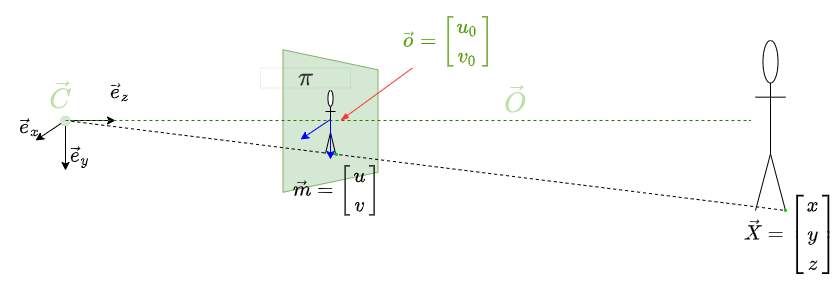
Myralllka/bachelor_thesis keeps this draw.io diagram as graphics/td_scene.png. Above is the earlier version. Source tidied: cells renumbered, new cells last; positions are measured from the earlier drawing's top-left corner, leaving out a move shared by most shapes.
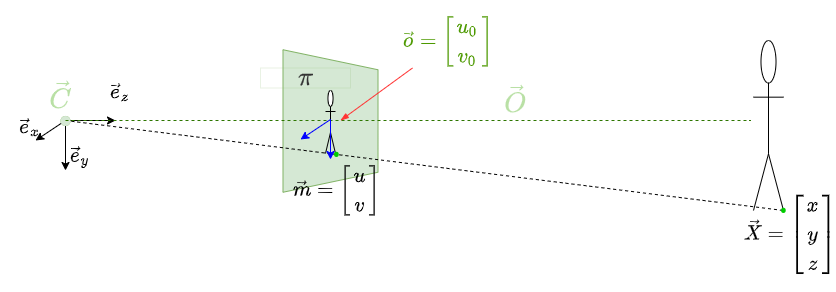
After the change.

Commit message:
fixed epipolar geometry figure issues

The edit, as a diff of the source:
```diff
@@ -14,7 +14,7 @@
       <mxGeometry x="325" y="75" width="10" height="63" as="geometry" />
     </mxCell>
     <mxCell id="5" style="shape=umlActor;verticalLabelPosition=bottom;verticalAlign=top;html=1;outlineConnect=0;" parent="1" vertex="1">
-      <mxGeometry x="755" y="25" width="30" height="170" as="geometry" />
+      <mxGeometry x="753" y="25" width="30" height="170" as="geometry" />
     </mxCell>
     <mxCell id="6" value="&lt;span style=&quot;color: rgb(51 , 51 , 51) ; background-color: rgb(255 , 255 , 255)&quot;&gt;&lt;font style=&quot;font-size: 22px&quot;&gt;$$\pi$$&lt;/font&gt;&lt;/span&gt;" style="text;html=1;align=center;verticalAlign=middle;strokeWidth=0;fillColor=none;strokeColor=#82b366;" parent="1" vertex="1">
       <mxGeometry x="260" y="52.5" width="90" height="20" as="geometry" />
@@ -90,11 +90,11 @@
     <mxCell id="23" value="&lt;font color=&quot;#000000&quot; style=&quot;font-size: 16px&quot;&gt;$$\vec{e}_x$$&lt;/font&gt;" style="text;html=1;strokeColor=none;fillColor=none;align=center;verticalAlign=middle;whiteSpace=wrap;rounded=0;sketch=0;fontSize=13;fontColor=#B9E0A5;" parent="1" vertex="1">
       <mxGeometry y="96.5" width="60" height="30" as="geometry" />
     </mxCell>
-    <mxCell id="24" value="&lt;pre&gt;&lt;font color=&quot;#00cc00&quot; style=&quot;font-size: 24px;&quot;&gt;.&lt;/font&gt;&lt;/pre&gt;" style="text;html=1;align=center;verticalAlign=middle;strokeColor=none;fillColor=none;" parent="1" vertex="1">
-      <mxGeometry x="321" y="106.5" width="30" height="50" as="geometry" />
+    <mxCell id="24" value="&lt;pre&gt;&lt;font color=&quot;#00cc00&quot; style=&quot;font-size: 38px;&quot;&gt;.&lt;/font&gt;&lt;/pre&gt;" style="text;html=1;align=center;verticalAlign=middle;strokeColor=none;fillColor=none;" parent="1" vertex="1">
+      <mxGeometry x="316" y="101.5" width="40" height="50" as="geometry" />
     </mxCell>
-    <mxCell id="25" value="&lt;pre&gt;&lt;font color=&quot;#00cc00&quot; style=&quot;font-size: 24px;&quot;&gt;.&lt;/font&gt;&lt;/pre&gt;" style="text;html=1;align=center;verticalAlign=middle;strokeColor=none;fillColor=none;" parent="1" vertex="1">
-      <mxGeometry x="770" y="163" width="30" height="50" as="geometry" />
+    <mxCell id="25" value="&lt;pre&gt;&lt;font color=&quot;#00cc00&quot; style=&quot;font-size: 38px;&quot;&gt;.&lt;/font&gt;&lt;/pre&gt;" style="text;html=1;align=center;verticalAlign=middle;strokeColor=none;fillColor=none;" parent="1" vertex="1">
+      <mxGeometry x="763" y="158" width="40" height="50" as="geometry" />
     </mxCell>
   </root>
 </mxGraphModel>
```
